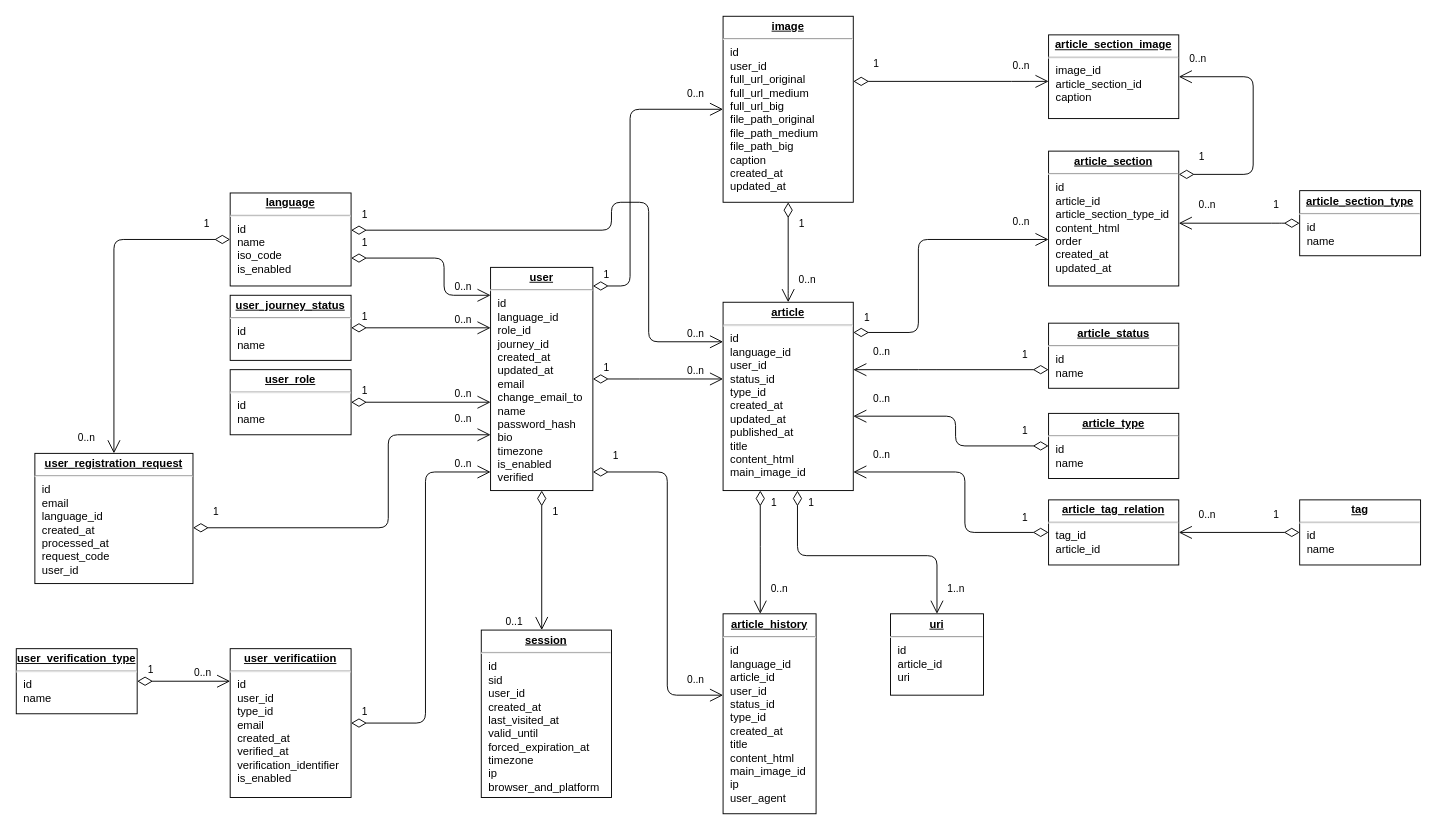
The draw.io diagram DatabaseDiagram/amora.drawio in uveic/amora, before the edit. Source tidied: cells renumbered, new cells numbered last; positions are measured from the earlier drawing's top-left corner, leaving out a move shared by most shapes. Both pictures are drawn from the tidied source at 93%, with x=0, y=0 at pixel (16, 16).
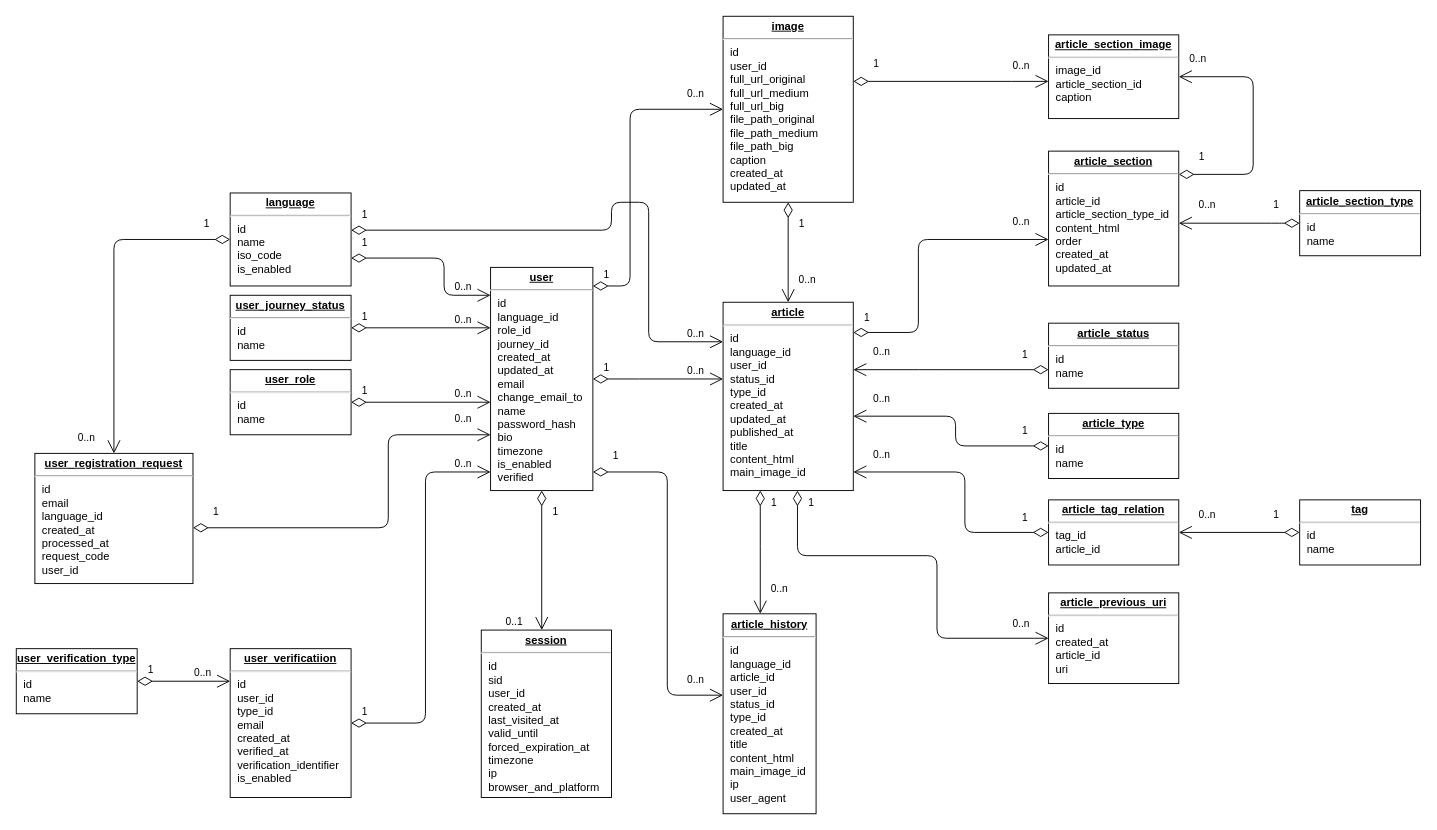
After the change.

Commit message:
Update database diagram

The change refers to these unchanged cells:
```xml
<mxCell id="84" style="endArrow=open;html=1;endSize=12;startArrow=diamondThin;startSize=14;startFill=0;edgeStyle=orthogonalEdgeStyle;" parent="1" edge="1" source="5" target="83">
  <mxGeometry relative="1" as="geometry">
    <Array as="points">
      <mxPoint x="840" y="580" />
      <mxPoint x="990" y="580" />
    </Array>
  </mxGeometry>
</mxCell>
```

Diff of the diagram source:
```diff
@@
-    <mxCell id="83" value="&lt;p style=&quot;margin: 0px ; margin-top: 4px ; text-align: center ; text-decoration: underline&quot;&gt;&lt;b&gt;uri&lt;/b&gt;&lt;/p&gt;&lt;hr&gt;&lt;p style=&quot;margin: 0px ; margin-left: 8px&quot;&gt;id&lt;/p&gt;&lt;p style=&quot;margin: 0px ; margin-left: 8px&quot;&gt;article_id&lt;/p&gt;&lt;p style=&quot;margin: 0px ; margin-left: 8px&quot;&gt;uri&lt;/p&gt;" style="verticalAlign=top;align=left;overflow=fill;fontSize=12;fontFamily=Helvetica;html=1;" parent="1" vertex="1">
-      <mxGeometry x="940" y="642.5" width="100" height="87.5" as="geometry" />
+    <mxCell id="83" value="&lt;p style=&quot;margin: 0px ; margin-top: 4px ; text-align: center ; text-decoration: underline&quot;&gt;&lt;b&gt;article_previous_uri&lt;/b&gt;&lt;/p&gt;&lt;hr&gt;&lt;p style=&quot;margin: 0px ; margin-left: 8px&quot;&gt;id&lt;/p&gt;&lt;p style=&quot;margin: 0px ; margin-left: 8px&quot;&gt;created_at&lt;/p&gt;&lt;p style=&quot;margin: 0px ; margin-left: 8px&quot;&gt;article_id&lt;/p&gt;&lt;p style=&quot;margin: 0px ; margin-left: 8px&quot;&gt;uri&lt;/p&gt;" style="verticalAlign=top;align=left;overflow=fill;fontSize=12;fontFamily=Helvetica;html=1;" parent="1" vertex="1">
+      <mxGeometry x="1110" y="620" width="140" height="97.5" as="geometry" />
     </mxCell>
@@
-    <mxCell id="86" value="&lt;div&gt;1..n&lt;/div&gt;" style="edgeLabel;html=1;align=right;verticalAlign=top;" parent="84" vertex="1">
+    <mxCell id="86" value="&lt;div&gt;0..n&lt;/div&gt;" style="edgeLabel;html=1;align=right;verticalAlign=top;" parent="84" vertex="1">
       <mxGeometry x="1" relative="1" as="geometry">
-        <mxPoint x="30" y="-40" as="offset" />
+        <mxPoint x="-20" y="-29" as="offset" />
       </mxGeometry>
     </mxCell>
```
